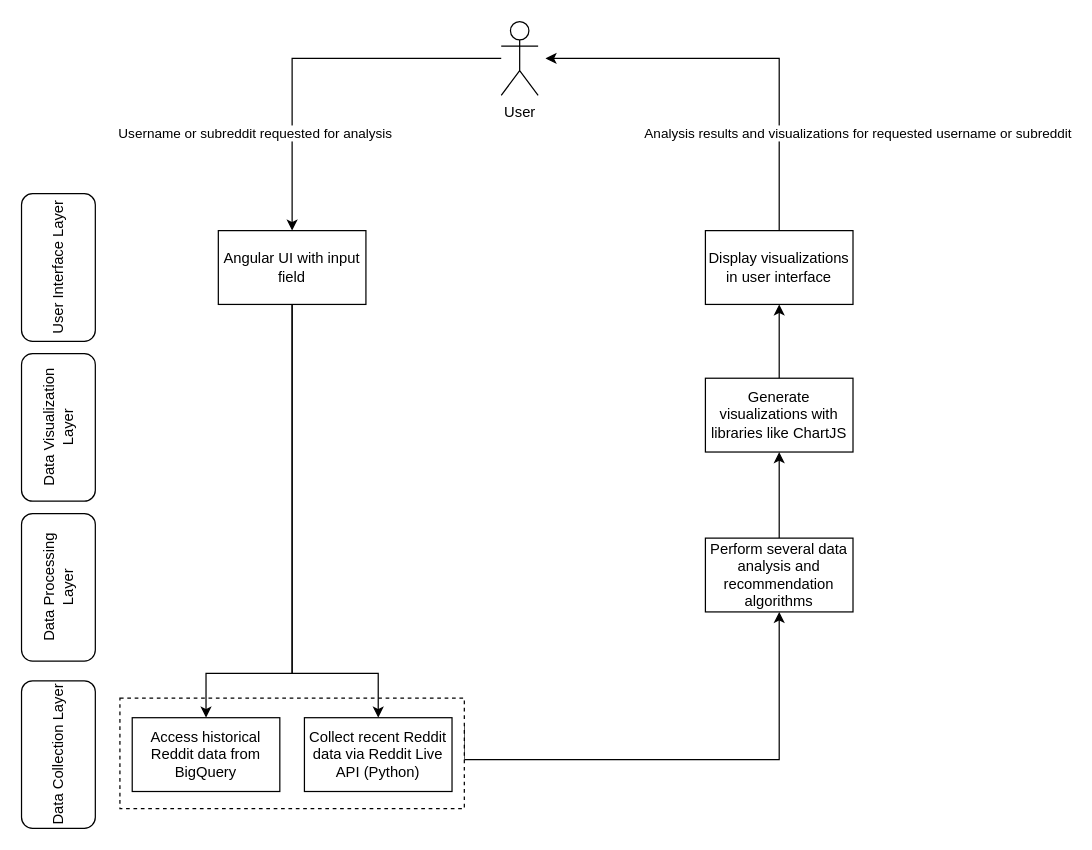
Earlier version of the draw.io diagram design_diagrams/Mid_Level_updated.drawio (chuckgreenman/senior-design). Source tidied: cells renumbered, new cells numbered last; positions are measured from the earlier drawing's top-left corner, leaving out a move shared by most shapes. Both pictures are drawn from the tidied source at 123%, with x=0, y=0 at pixel (-16, 21).
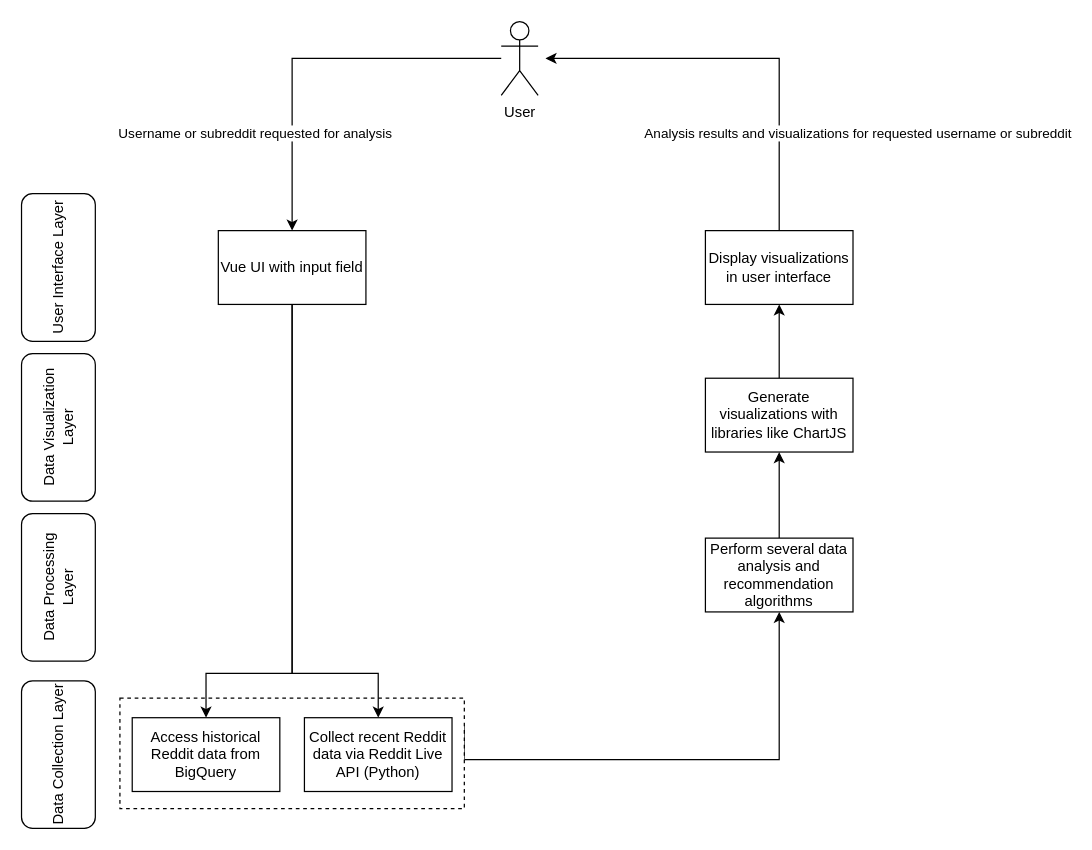
The same page after the edit.

Commit message (it also covers changes not shown here):
Small updates to design diagrams

Diff of the diagram source:
```diff
@@
-    <mxCell id="9" value="Angular UI with input field" style="rounded=0;whiteSpace=wrap;html=1;" parent="1" vertex="1">
+    <mxCell id="9" value="Vue UI with input field" style="rounded=0;whiteSpace=wrap;html=1;" parent="1" vertex="1">
       <mxGeometry x="190" y="170" width="120" height="60" as="geometry" />
     </mxCell>
```
